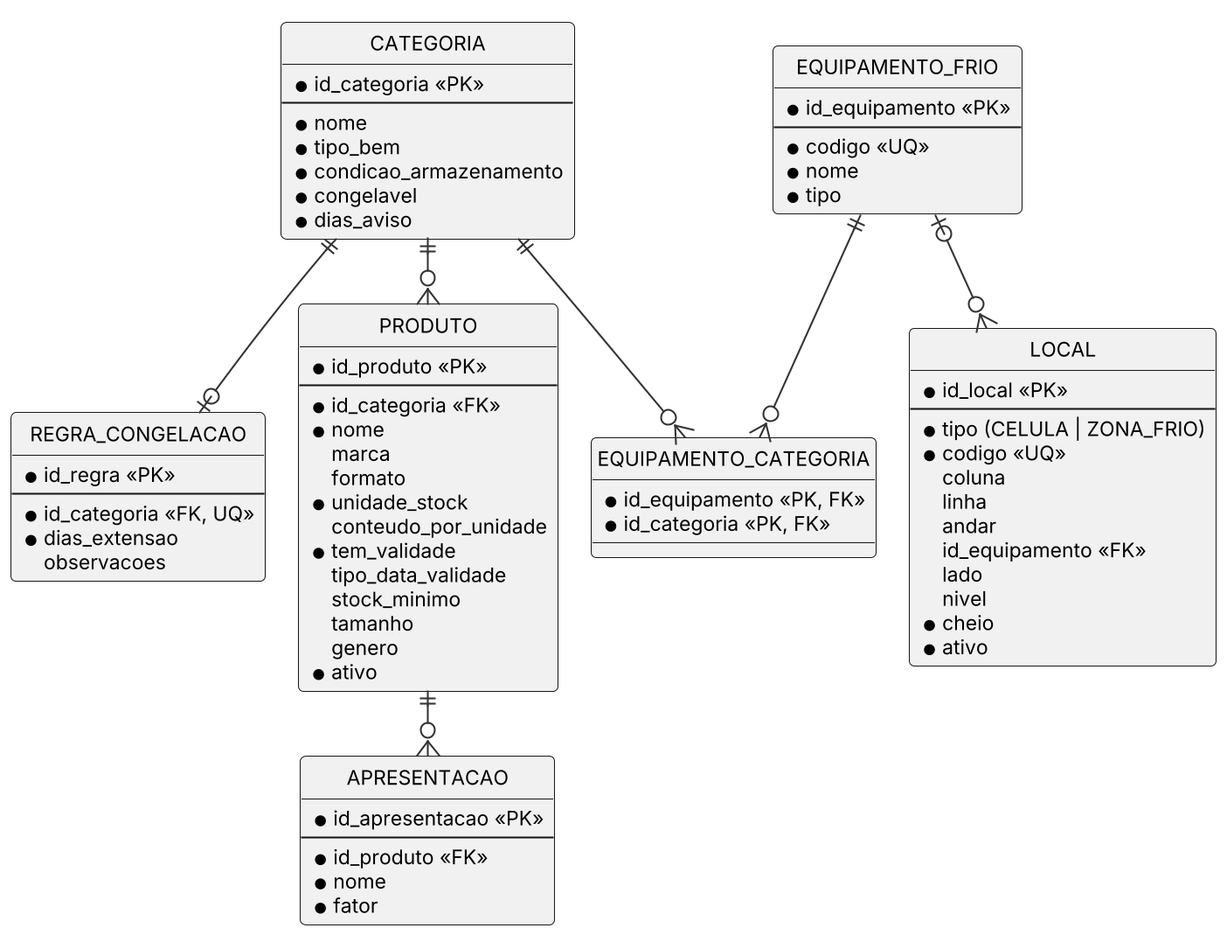
Above: Docs/diagramas/er_catalogo_armazem.png in Miguel31028/GASC (PlantUML), before the change.
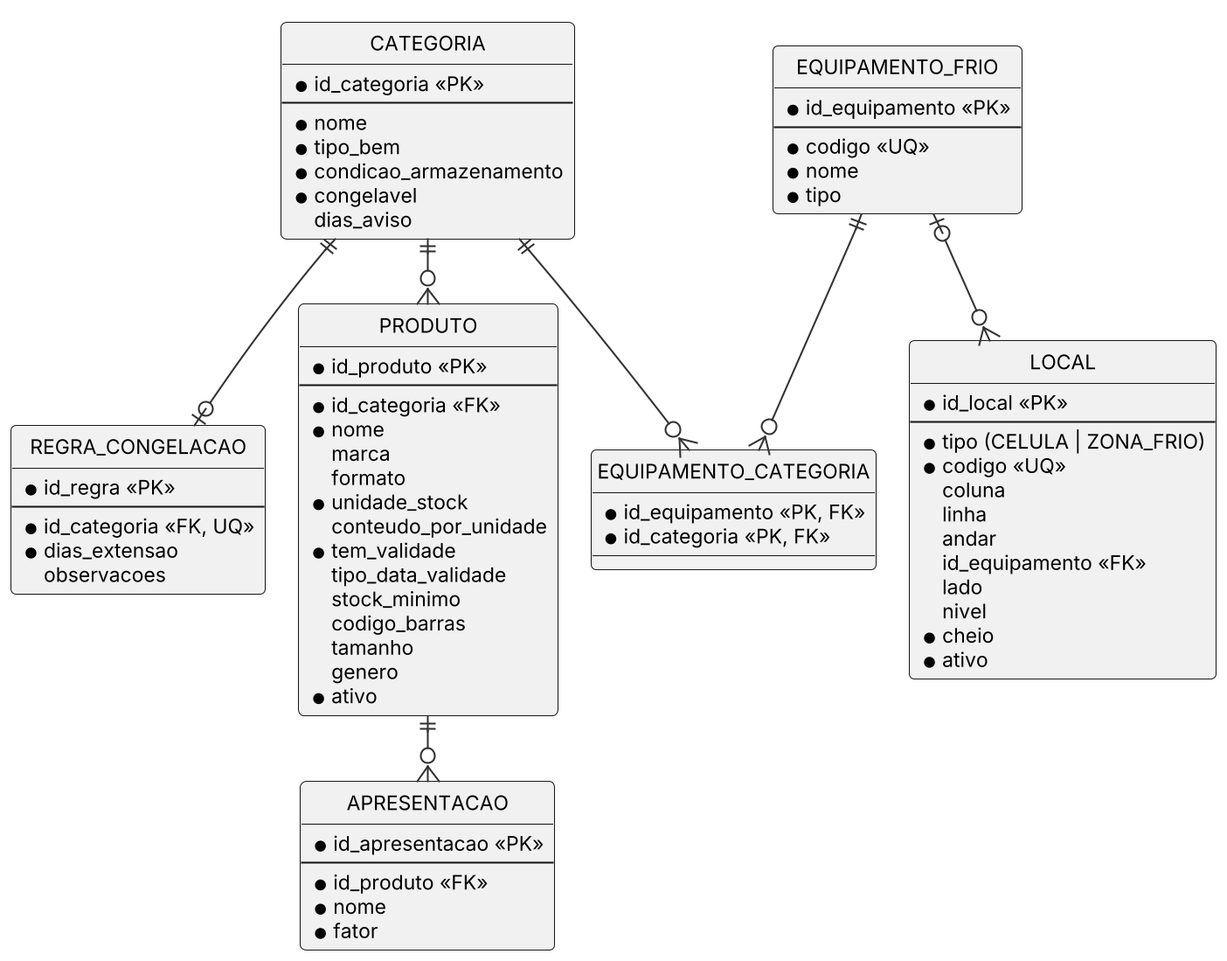
Above is the later version.

The edit, as a diff of the source:
```diff
@@ -9,7 +9,7 @@
   * tipo_bem
   * condicao_armazenamento
   * congelavel
-  * dias_aviso
+  dias_aviso
 }
 entity "REGRA_CONGELACAO" as RC {
   * id_regra <<PK>>
@@ -30,6 +30,7 @@
   * tem_validade
   tipo_data_validade
   stock_minimo
+  codigo_barras
   tamanho
   genero
   * ativo
```
